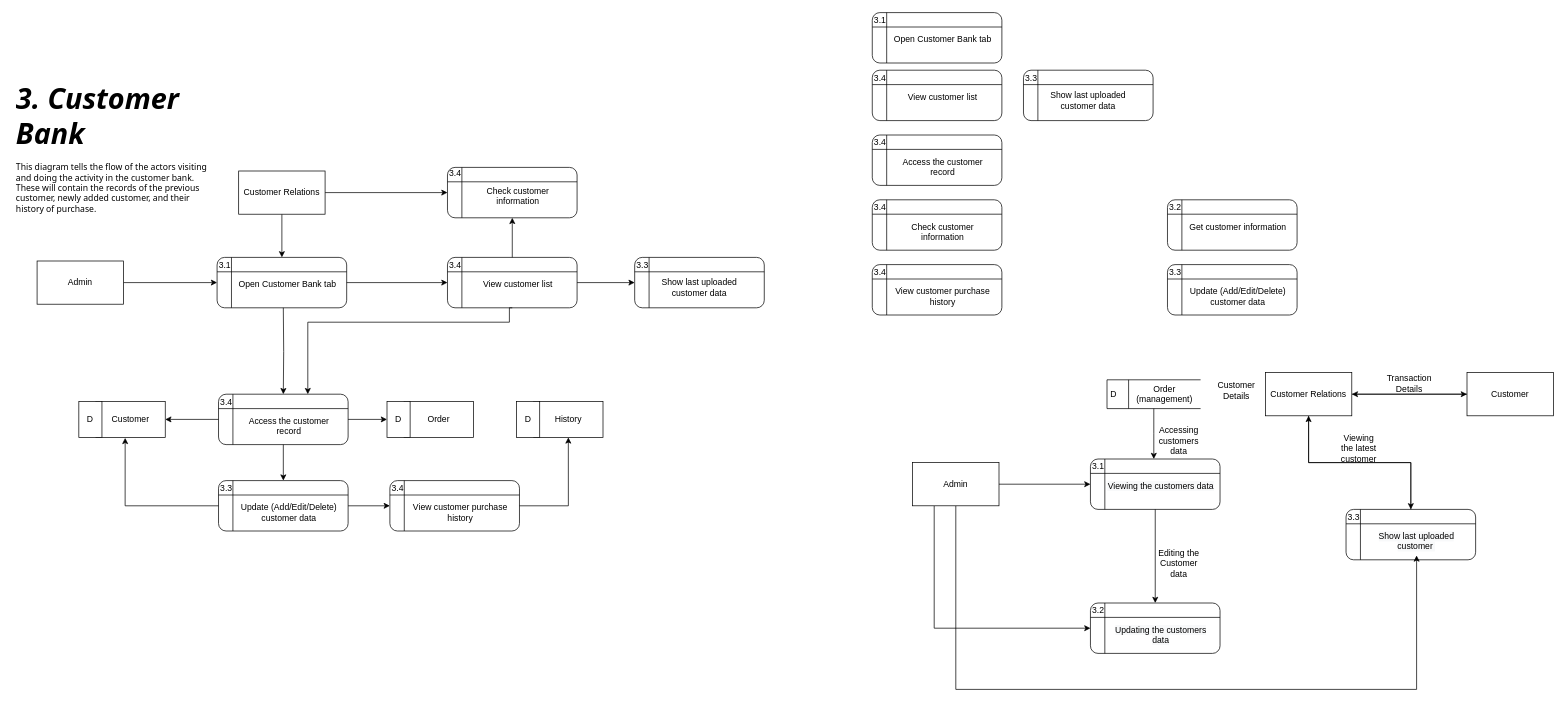
This is page "Revision Level 2 DFD (Customer Bank)" (5 of 6) of DFD DIAGRAMS.drawio from BryanFabellore/Team_SPOTLIGHT, a draw.io file, before an edit. Source tidied: cells renumbered, new cells numbered last; positions are measured from the earlier drawing's top-left corner, leaving out a move shared by most shapes. Both pictures are drawn from the tidied source at 72%, with x=0, y=0 at pixel (12, 12).
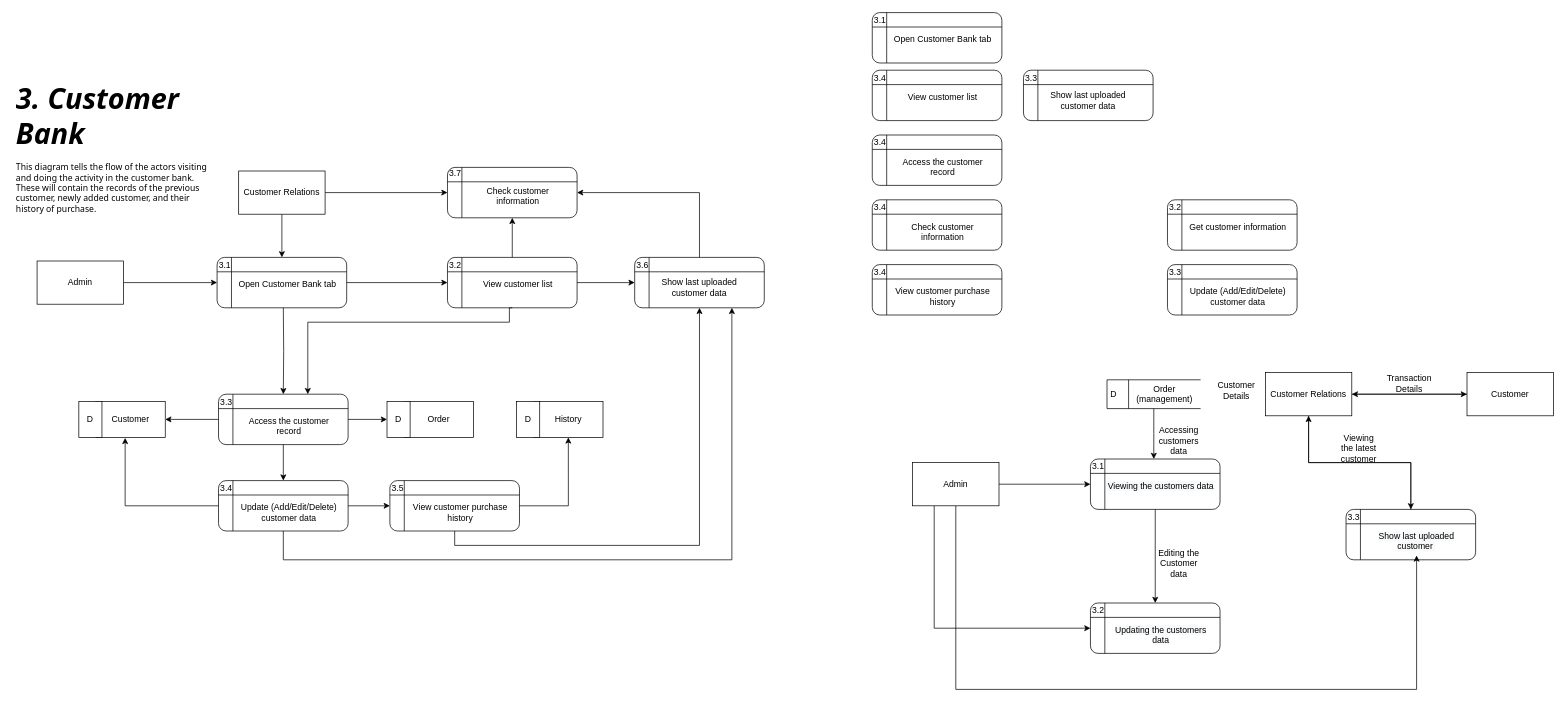
The same page after the edit.

Unchanged cells that the change refers to:
```xml
<mxCell id="71" style="group;" parent="1" vertex="1">
  <mxGeometry x="282" y="650" width="184" height="70" as="geometry" />
</mxCell>
<mxCell id="72" style="shape=internalStorage;whiteSpace=wrap;html=1;backgroundOutline=1;rounded=1;strokeColor=default;fontFamily=Helvetica;fontSize=12;fontColor=default;fillColor=#FFFFFF;" parent="71" vertex="1">
  <mxGeometry x="4" width="180" height="70" as="geometry" />
</mxCell>
<mxCell id="75" style="group;" parent="1" vertex="1">
  <mxGeometry x="600" y="340" width="184" height="70" as="geometry" />
</mxCell>
<mxCell id="79" style="group;" parent="1" vertex="1">
  <mxGeometry x="600" y="210" width="184" height="70" as="geometry" />
</mxCell>
<mxCell id="80" style="shape=internalStorage;whiteSpace=wrap;html=1;backgroundOutline=1;rounded=1;strokeColor=default;fontFamily=Helvetica;fontSize=12;fontColor=default;fillColor=#FFFFFF;" parent="79" vertex="1">
  <mxGeometry x="4" y="5" width="180" height="70" as="geometry" />
</mxCell>
<mxCell id="83" style="group;" parent="1" vertex="1">
  <mxGeometry x="520" y="650" width="184" height="70" as="geometry" />
</mxCell>
<mxCell id="84" style="shape=internalStorage;whiteSpace=wrap;html=1;backgroundOutline=1;rounded=1;strokeColor=default;fontFamily=Helvetica;fontSize=12;fontColor=default;fillColor=#FFFFFF;" parent="83" vertex="1">
  <mxGeometry x="4" width="180" height="70" as="geometry" />
</mxCell>
<mxCell id="87" style="group;" parent="1" vertex="1">
  <mxGeometry x="860" y="340" width="184" height="70" as="geometry" />
</mxCell>
<mxCell id="88" value="&lt;br&gt;Show last uploaded&lt;br&gt;customer data" style="shape=internalStorage;whiteSpace=wrap;html=1;backgroundOutline=1;rounded=1;strokeColor=default;fontFamily=Helvetica;fontSize=12;fontColor=default;fillColor=#FFFFFF;" parent="87" vertex="1">
  <mxGeometry x="4" width="180" height="70" as="geometry" />
</mxCell>
<mxCell id="90" style="group;" parent="1" vertex="1">
  <mxGeometry x="282" y="530" width="184" height="70" as="geometry" />
</mxCell>
```

Diff of the diagram source:
```diff
@@
-    <mxCell id="73" value="3.3" style="text;html=1;strokeColor=none;fillColor=none;align=center;verticalAlign=middle;whiteSpace=wrap;rounded=0;" parent="71" vertex="1">
+    <mxCell id="73" value="3.4" style="text;html=1;strokeColor=none;fillColor=none;align=center;verticalAlign=middle;whiteSpace=wrap;rounded=0;" parent="71" vertex="1">
       <mxGeometry y="1" width="30" height="20" as="geometry" />
     </mxCell>
@@
-    <mxCell id="77" value="3.4" style="text;html=1;strokeColor=none;fillColor=none;align=center;verticalAlign=middle;whiteSpace=wrap;rounded=0;" parent="75" vertex="1">
+    <mxCell id="77" value="3.2" style="text;html=1;strokeColor=none;fillColor=none;align=center;verticalAlign=middle;whiteSpace=wrap;rounded=0;" parent="75" vertex="1">
       <mxGeometry y="1" width="30" height="20" as="geometry" />
     </mxCell>
@@
-    <mxCell id="81" value="3.4" style="text;html=1;strokeColor=none;fillColor=none;align=center;verticalAlign=middle;whiteSpace=wrap;rounded=0;" parent="79" vertex="1">
+    <mxCell id="81" value="3.7" style="text;html=1;strokeColor=none;fillColor=none;align=center;verticalAlign=middle;whiteSpace=wrap;rounded=0;" parent="79" vertex="1">
       <mxGeometry y="4" width="30" height="20" as="geometry" />
     </mxCell>
@@
-    <mxCell id="85" value="3.4" style="text;html=1;strokeColor=none;fillColor=none;align=center;verticalAlign=middle;whiteSpace=wrap;rounded=0;" parent="83" vertex="1">
+    <mxCell id="85" value="3.5" style="text;html=1;strokeColor=none;fillColor=none;align=center;verticalAlign=middle;whiteSpace=wrap;rounded=0;" parent="83" vertex="1">
       <mxGeometry y="1" width="30" height="20" as="geometry" />
     </mxCell>
@@
-    <mxCell id="89" value="3.3" style="text;html=1;strokeColor=none;fillColor=none;align=center;verticalAlign=middle;whiteSpace=wrap;rounded=0;" parent="87" vertex="1">
+    <mxCell id="89" value="3.6" style="text;html=1;strokeColor=none;fillColor=none;align=center;verticalAlign=middle;whiteSpace=wrap;rounded=0;" parent="87" vertex="1">
       <mxGeometry y="1" width="30" height="20" as="geometry" />
     </mxCell>
@@
-    <mxCell id="92" value="3.4" style="text;html=1;strokeColor=none;fillColor=none;align=center;verticalAlign=middle;whiteSpace=wrap;rounded=0;" parent="90" vertex="1">
+    <mxCell id="92" value="3.3" style="text;html=1;strokeColor=none;fillColor=none;align=center;verticalAlign=middle;whiteSpace=wrap;rounded=0;" parent="90" vertex="1">
       <mxGeometry y="1" width="30" height="20" as="geometry" />
     </mxCell>
@@
+    <mxCell id="119" style="edgeStyle=orthogonalEdgeStyle;rounded=0;jettySize=auto;html=1;entryX=0.5;entryY=1;entryDx=0;entryDy=0;exitX=0.5;exitY=1;exitDx=0;exitDy=0;" parent="1" edge="1" source="84" target="88">
+      <mxGeometry relative="1" as="geometry" />
+    </mxCell>
+    <mxCell id="120" style="edgeStyle=orthogonalEdgeStyle;rounded=0;jettySize=auto;html=1;exitX=0.5;exitY=1;exitDx=0;exitDy=0;entryX=0.75;entryY=1;entryDx=0;entryDy=0;" parent="1" edge="1" source="72" target="88">
+      <mxGeometry relative="1" as="geometry">
+        <Array as="points">
+          <mxPoint x="376" y="760" />
+          <mxPoint x="999" y="760" />
+        </Array>
+      </mxGeometry>
+    </mxCell>
+    <mxCell id="121" style="edgeStyle=orthogonalEdgeStyle;rounded=0;jettySize=auto;html=1;entryX=1;entryY=0.5;entryDx=0;entryDy=0;exitX=0.5;exitY=0;exitDx=0;exitDy=0;" parent="1" edge="1" source="88" target="80">
+      <mxGeometry relative="1" as="geometry" />
+    </mxCell>
```
